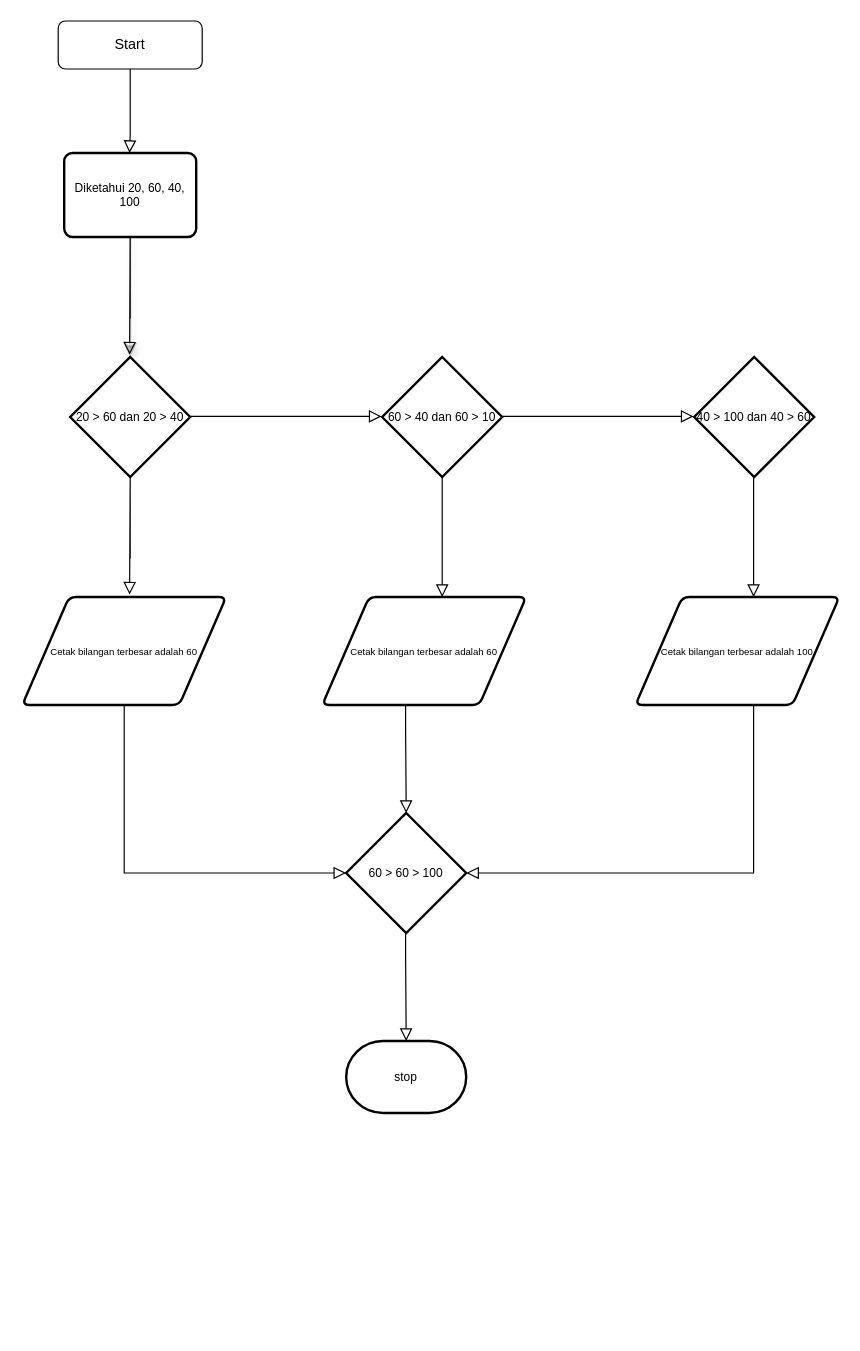
Before: Untitled Diagram.drawio in renaldyhidayatt/BlogS, a draw.io diagram. Source tidied: cells renumbered, new cells numbered last; positions are measured from the earlier drawing's top-left corner, leaving out a move shared by most shapes. Both pictures are drawn from the tidied source at 120%, with x=0, y=0 at pixel (22, 20).
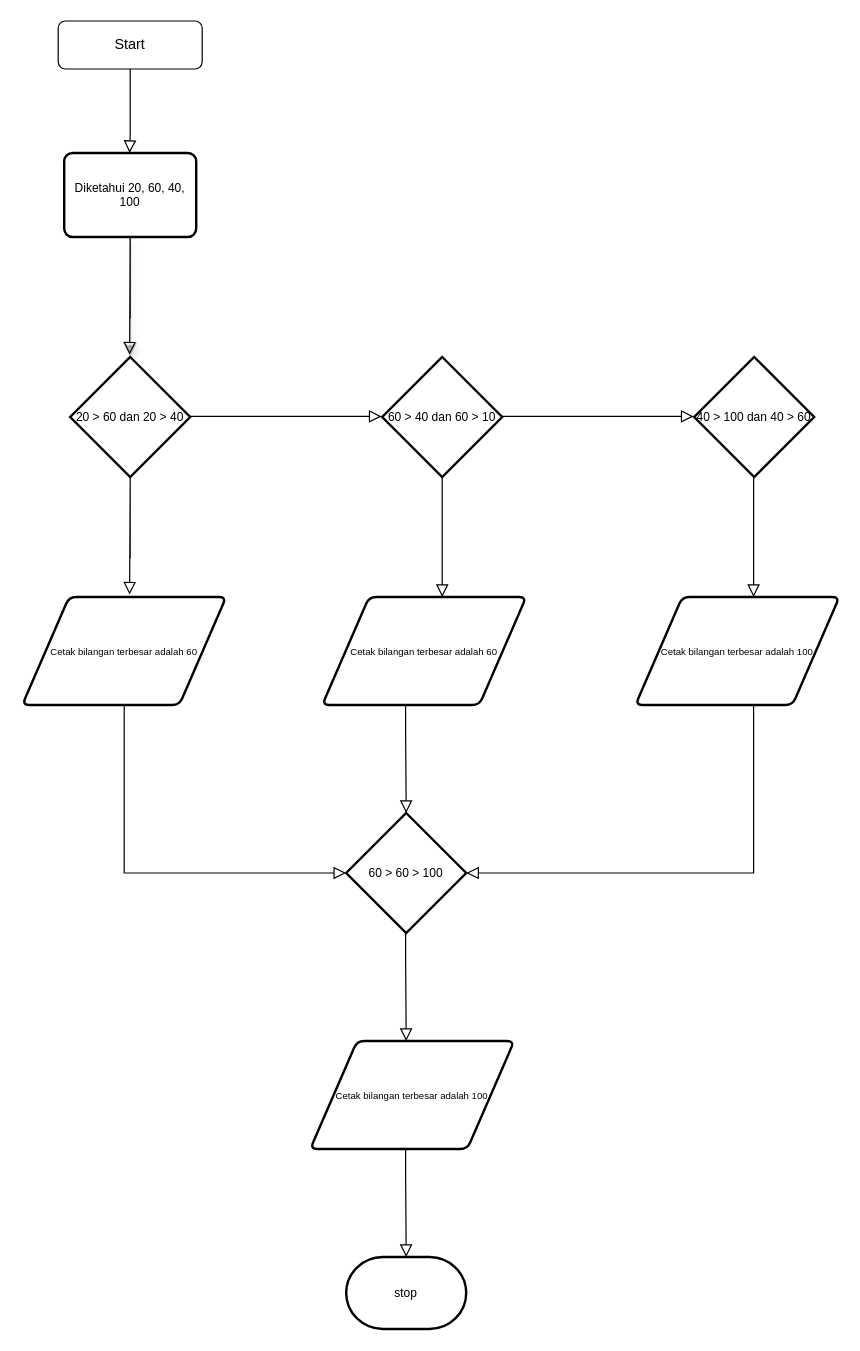
After the change.

What changed in the source:
```diff
@@
     <mxCell id="25" value="stop" style="strokeWidth=2;html=1;shape=mxgraph.flowchart.terminator;whiteSpace=wrap;fontSize=10;" parent="1" vertex="1">
-      <mxGeometry x="270" y="850" width="100" height="60" as="geometry" />
+      <mxGeometry x="270" y="1030" width="100" height="60" as="geometry" />
     </mxCell>
+    <mxCell id="26" value="&lt;font style=&quot;font-size: 8px&quot;&gt;Cetak bilangan terbesar adalah 100&lt;br&gt;&lt;/font&gt;" style="shape=parallelogram;html=1;strokeWidth=2;perimeter=parallelogramPerimeter;whiteSpace=wrap;rounded=1;arcSize=12;size=0.23;fontSize=10;" parent="1" vertex="1">
+      <mxGeometry x="240" y="850" width="170" height="90" as="geometry" />
+    </mxCell>
+    <mxCell id="27" style="rounded=0;html=1;jettySize=auto;orthogonalLoop=1;fontSize=11;endArrow=block;endFill=0;endSize=8;strokeWidth=1;shadow=0;labelBackgroundColor=none;edgeStyle=orthogonalEdgeStyle;exitX=0.5;exitY=1;exitDx=0;exitDy=0;exitPerimeter=0;" parent="1" edge="1">
+      <mxGeometry relative="1" as="geometry">
+        <mxPoint x="319.5" y="940" as="sourcePoint" />
+        <mxPoint x="320" y="1030" as="targetPoint" />
+        <Array as="points">
+          <mxPoint x="320" y="960" />
+          <mxPoint x="320" y="960" />
+        </Array>
+      </mxGeometry>
+    </mxCell>
```
